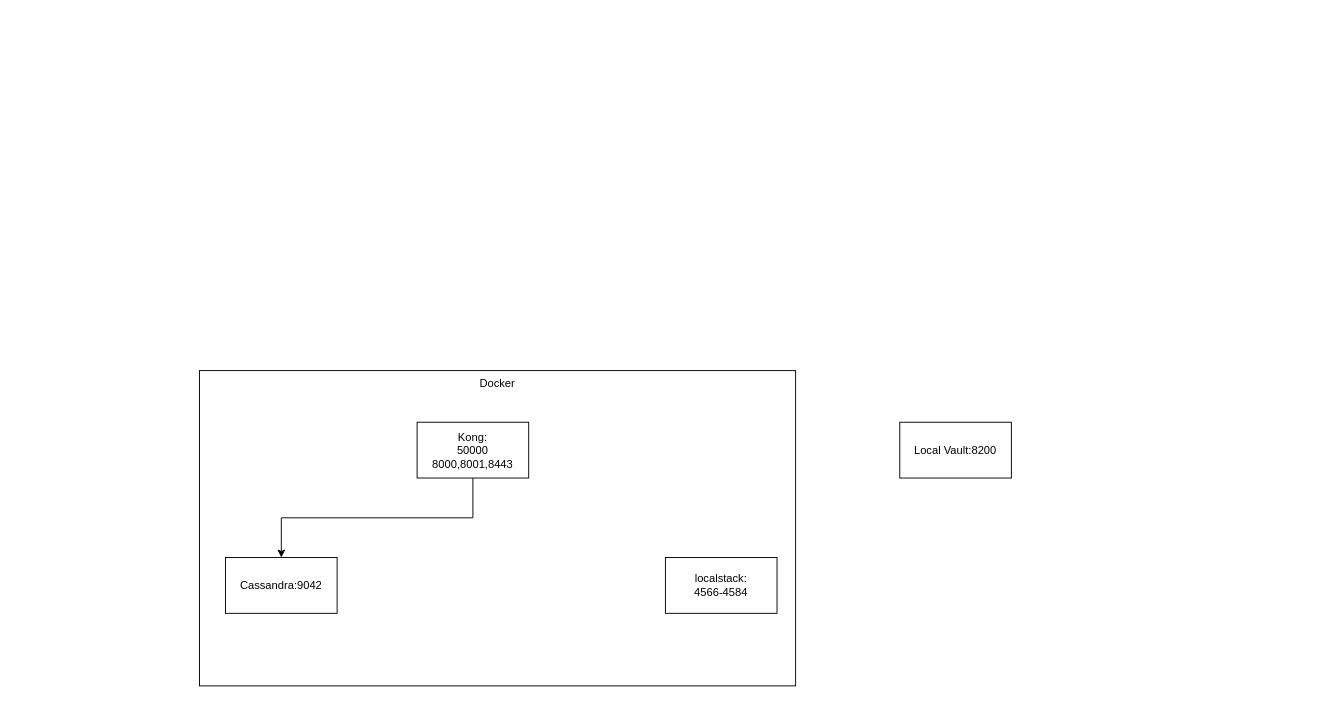
This is cerberus/local Cerberus.drawio from Albert-W/Draw_io, a draw.io file, before an edit. Source tidied: cells renumbered, new cells numbered last; positions are measured from the earlier drawing's top-left corner, leaving out a move shared by most shapes. Both pictures are drawn from the tidied source at 93%, with x=0, y=0 at pixel (199, 370).
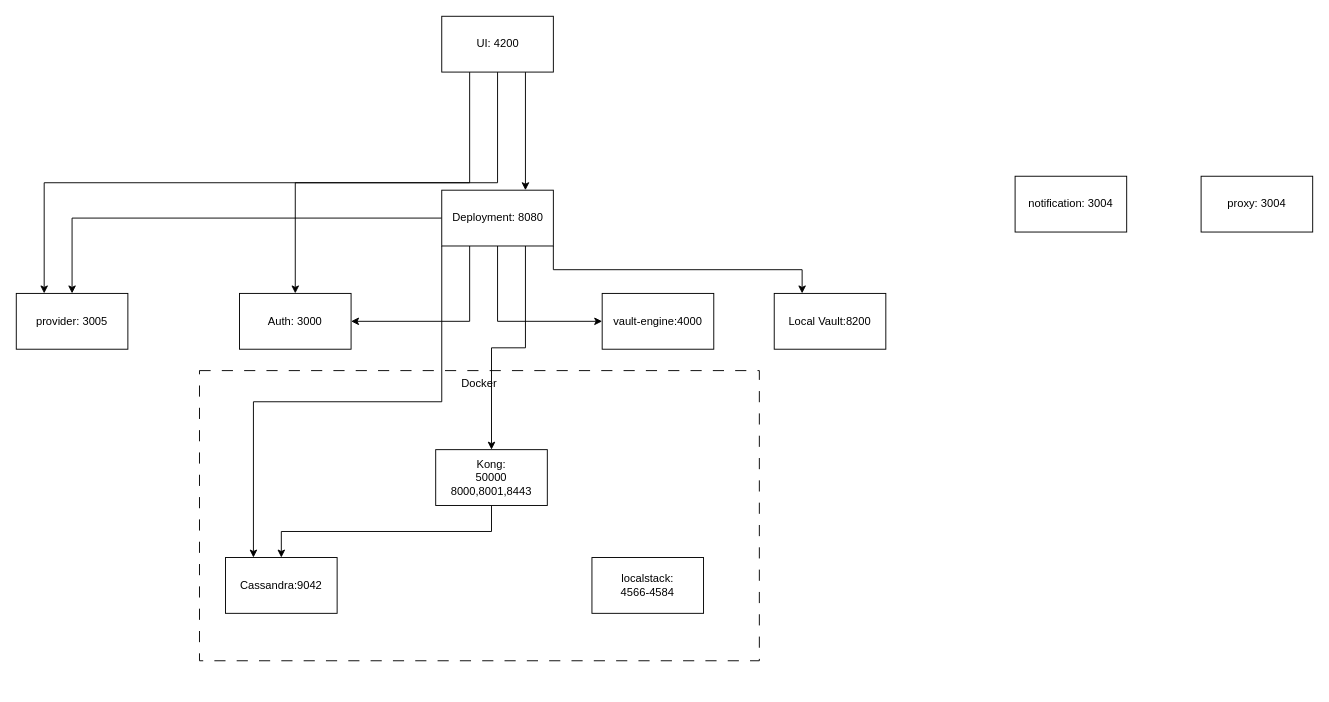
After the change.

Unchanged cells that the change refers to:
```xml
<mxCell id="3" value="Cassandra:9042" style="rounded=0;whiteSpace=wrap;html=1;" parent="1" vertex="1">
  <mxGeometry x="28" y="201" width="120" height="60" as="geometry" />
</mxCell>
```

The edit, as a diff of the source:
```diff
@@
-    <mxCell id="2" value="Docker" style="rounded=0;whiteSpace=wrap;html=1;verticalAlign=top;" parent="1" vertex="1">
-      <mxGeometry width="641" height="339" as="geometry" />
+    <mxCell id="2" value="Docker" style="rounded=0;whiteSpace=wrap;html=1;verticalAlign=top;dashed=1;dashPattern=12 12;" parent="1" vertex="1">
+      <mxGeometry width="602" height="312" as="geometry" />
     </mxCell>
@@
     <mxCell id="5" value="Kong:&lt;br&gt;50000&lt;br&gt;8000,8001,8443" style="rounded=0;whiteSpace=wrap;html=1;" parent="1" vertex="1">
-      <mxGeometry x="234" y="55.5" width="120" height="60" as="geometry" />
+      <mxGeometry x="254" y="85" width="120" height="60" as="geometry" />
     </mxCell>
     <mxCell id="6" value="localstack:&lt;br&gt;4566-4584" style="rounded=0;whiteSpace=wrap;html=1;" parent="1" vertex="1">
-      <mxGeometry x="501" y="201" width="120" height="60" as="geometry" />
+      <mxGeometry x="422" y="201" width="120" height="60" as="geometry" />
     </mxCell>
     <mxCell id="7" value="Local Vault:8200" style="rounded=0;whiteSpace=wrap;html=1;" parent="1" vertex="1">
-      <mxGeometry x="753" y="55.5" width="120" height="60" as="geometry" />
+      <mxGeometry x="618" y="-83" width="120" height="60" as="geometry" />
     </mxCell>
+    <mxCell id="8" value="Auth: 3000" style="rounded=0;whiteSpace=wrap;html=1;" parent="1" vertex="1">
+      <mxGeometry x="43" y="-83" width="120" height="60" as="geometry" />
+    </mxCell>
+    <mxCell id="9" value="vault-engine:4000" style="rounded=0;whiteSpace=wrap;html=1;" parent="1" vertex="1">
+      <mxGeometry x="433" y="-83" width="120" height="60" as="geometry" />
+    </mxCell>
+    <mxCell id="10" style="edgeStyle=orthogonalEdgeStyle;rounded=0;jettySize=auto;html=1;exitX=0.25;exitY=1;exitDx=0;exitDy=0;entryX=1;entryY=0.5;entryDx=0;entryDy=0;" parent="1" edge="1" source="16" target="8">
+      <mxGeometry relative="1" as="geometry" />
+    </mxCell>
+    <mxCell id="11" style="edgeStyle=orthogonalEdgeStyle;rounded=0;jettySize=auto;html=1;exitX=0.5;exitY=1;exitDx=0;exitDy=0;entryX=0;entryY=0.5;entryDx=0;entryDy=0;" parent="1" edge="1" source="16" target="9">
+      <mxGeometry relative="1" as="geometry" />
+    </mxCell>
+    <mxCell id="12" style="edgeStyle=orthogonalEdgeStyle;rounded=0;jettySize=auto;html=1;exitX=0;exitY=1;exitDx=0;exitDy=0;entryX=0.25;entryY=0;entryDx=0;entryDy=0;" parent="1" edge="1" source="16" target="3">
+      <mxGeometry relative="1" as="geometry" />
+    </mxCell>
+    <mxCell id="13" style="edgeStyle=orthogonalEdgeStyle;rounded=0;jettySize=auto;html=1;exitX=0.75;exitY=1;exitDx=0;exitDy=0;" parent="1" edge="1" source="16" target="5">
+      <mxGeometry relative="1" as="geometry" />
+    </mxCell>
+    <mxCell id="14" style="edgeStyle=orthogonalEdgeStyle;rounded=0;jettySize=auto;html=1;exitX=0;exitY=0.5;exitDx=0;exitDy=0;entryX=0.5;entryY=0;entryDx=0;entryDy=0;" parent="1" edge="1" source="16" target="21">
+      <mxGeometry relative="1" as="geometry" />
+    </mxCell>
+    <mxCell id="15" style="edgeStyle=orthogonalEdgeStyle;rounded=0;jettySize=auto;html=1;exitX=1;exitY=1;exitDx=0;exitDy=0;entryX=0.25;entryY=0;entryDx=0;entryDy=0;" parent="1" edge="1" source="16" target="7">
+      <mxGeometry relative="1" as="geometry" />
+    </mxCell>
+    <mxCell id="16" value="Deployment: 8080" style="rounded=0;whiteSpace=wrap;html=1;" parent="1" vertex="1">
+      <mxGeometry x="260.5" y="-194" width="120" height="60" as="geometry" />
+    </mxCell>
+    <mxCell id="17" style="edgeStyle=orthogonalEdgeStyle;rounded=0;jettySize=auto;html=1;exitX=0.75;exitY=1;exitDx=0;exitDy=0;entryX=0.75;entryY=0;entryDx=0;entryDy=0;" parent="1" edge="1" source="20" target="16">
+      <mxGeometry relative="1" as="geometry" />
+    </mxCell>
+    <mxCell id="18" style="edgeStyle=orthogonalEdgeStyle;rounded=0;jettySize=auto;html=1;exitX=0.5;exitY=1;exitDx=0;exitDy=0;entryX=0.25;entryY=0;entryDx=0;entryDy=0;" parent="1" edge="1" source="20" target="21">
+      <mxGeometry relative="1" as="geometry" />
+    </mxCell>
+    <mxCell id="19" style="edgeStyle=orthogonalEdgeStyle;rounded=0;jettySize=auto;html=1;exitX=0.25;exitY=1;exitDx=0;exitDy=0;entryX=0.5;entryY=0;entryDx=0;entryDy=0;" parent="1" edge="1" source="20" target="8">
+      <mxGeometry relative="1" as="geometry" />
+    </mxCell>
+    <mxCell id="20" value="UI: 4200" style="rounded=0;whiteSpace=wrap;html=1;" parent="1" vertex="1">
+      <mxGeometry x="260.5" y="-381" width="120" height="60" as="geometry" />
+    </mxCell>
+    <mxCell id="21" value="provider: 3005" style="rounded=0;whiteSpace=wrap;html=1;" parent="1" vertex="1">
+      <mxGeometry x="-197" y="-83" width="120" height="60" as="geometry" />
+    </mxCell>
+    <mxCell id="22" value="notification: 3004" style="rounded=0;whiteSpace=wrap;html=1;" parent="1" vertex="1">
+      <mxGeometry x="877" y="-209" width="120" height="60" as="geometry" />
+    </mxCell>
+    <mxCell id="23" value="proxy: 3004" style="rounded=0;whiteSpace=wrap;html=1;" parent="1" vertex="1">
+      <mxGeometry x="1077" y="-209" width="120" height="60" as="geometry" />
+    </mxCell>
```
